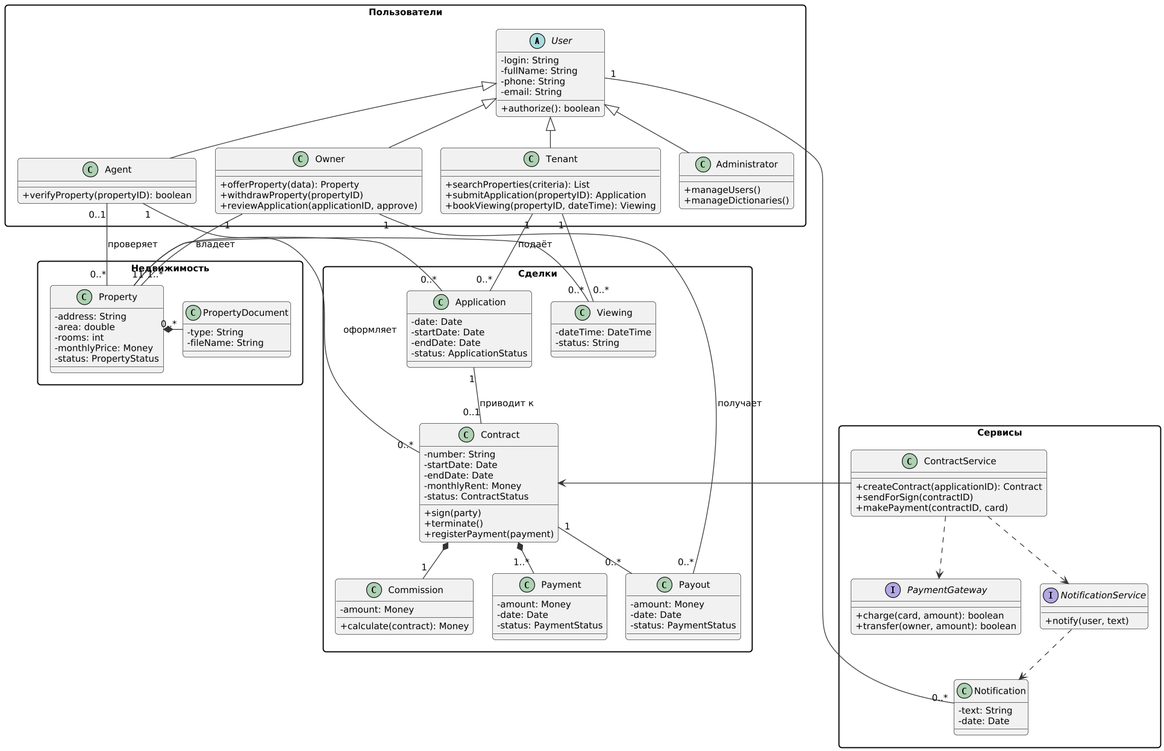
Earlier version of the PlantUML export image/classes.png (penamarth/bsbo-11-24_team2_var8_rentagency). Source of this version:
```plantuml
@startuml
skinparam defaultFontName DejaVu Sans
skinparam defaultFontSize 12
skinparam shadowing false
skinparam dpi 120
skinparam nodesep 25
skinparam ranksep 40
skinparam roundCorner 8
skinparam ArrowColor #333333
skinparam backgroundColor white
skinparam classAttributeIconSize 0
skinparam packageStyle rectangle

package "Пользователи" {
  abstract class User {
    - login: String
    - fullName: String
    - phone: String
    - email: String
    + authorize(): boolean
  }
  class Tenant {
    + searchProperties(criteria): List
    + submitApplication(propertyID): Application
    + bookViewing(propertyID, dateTime): Viewing
  }
  class Owner {
    + offerProperty(data): Property
    + withdrawProperty(propertyID)
    + reviewApplication(applicationID, approve)
  }
  class Agent {
    + verifyProperty(propertyID): boolean
  }
  class Administrator {
    + manageUsers()
    + manageDictionaries()
  }
}

package "Недвижимость" {
  class Property {
    - address: String
    - area: double
    - rooms: int
    - monthlyPrice: Money
    - status: PropertyStatus
  }
  class PropertyDocument {
    - type: String
    - fileName: String
  }
}

package "Сделки" {
  class Application {
    - date: Date
    - startDate: Date
    - endDate: Date
    - status: ApplicationStatus
  }
  class Viewing {
    - dateTime: DateTime
    - status: String
  }
  class Contract {
    - number: String
    - startDate: Date
    - endDate: Date
    - monthlyRent: Money
    - status: ContractStatus
    + sign(party)
    + terminate()
    + registerPayment(payment)
  }
  class Commission {
    - amount: Money
    + calculate(contract): Money
  }
  class Payment {
    - amount: Money
    - date: Date
    - status: PaymentStatus
  }
  class Payout {
    - amount: Money
    - date: Date
    - status: PaymentStatus
  }
}

package "Сервисы" {
  class ContractService {
    + createContract(applicationID): Contract
    + sendForSign(contractID)
    + makePayment(contractID, card)
  }
  interface PaymentGateway {
    + charge(card, amount): boolean
    + transfer(owner, amount): boolean
  }
  interface NotificationService {
    + notify(user, text)
  }
  class Notification {
    - text: String
    - date: Date
  }
}

Tenant -up-|> User
Agent -up-|> User
Owner -up-|> User
Administrator -up-|> User

Owner "1" -down- "1..*" Property : владеет
Agent "0..1" -down- "0..*" Property : проверяет
Property *-right- "0..*" PropertyDocument

Tenant "1" -down- "0..*" Application : подаёт
Application "0..*" -left- "1" Property
Tenant "1" -down- "0..*" Viewing
Viewing "0..*" -left- "1" Property
Application "1" -down- "0..1" Contract : приводит к
Agent "1" -down- "0..*" Contract : оформляет
Contract *-down- "1" Commission
Contract *-down- "1..*" Payment
Contract "1" -down- "0..*" Payout
Owner "1" -down- "0..*" Payout : получает

ContractService -left-> Contract
ContractService ..> PaymentGateway
ContractService ..> NotificationService
NotificationService ..> Notification
Notification "0..*" -left- "1" User
@enduml
```
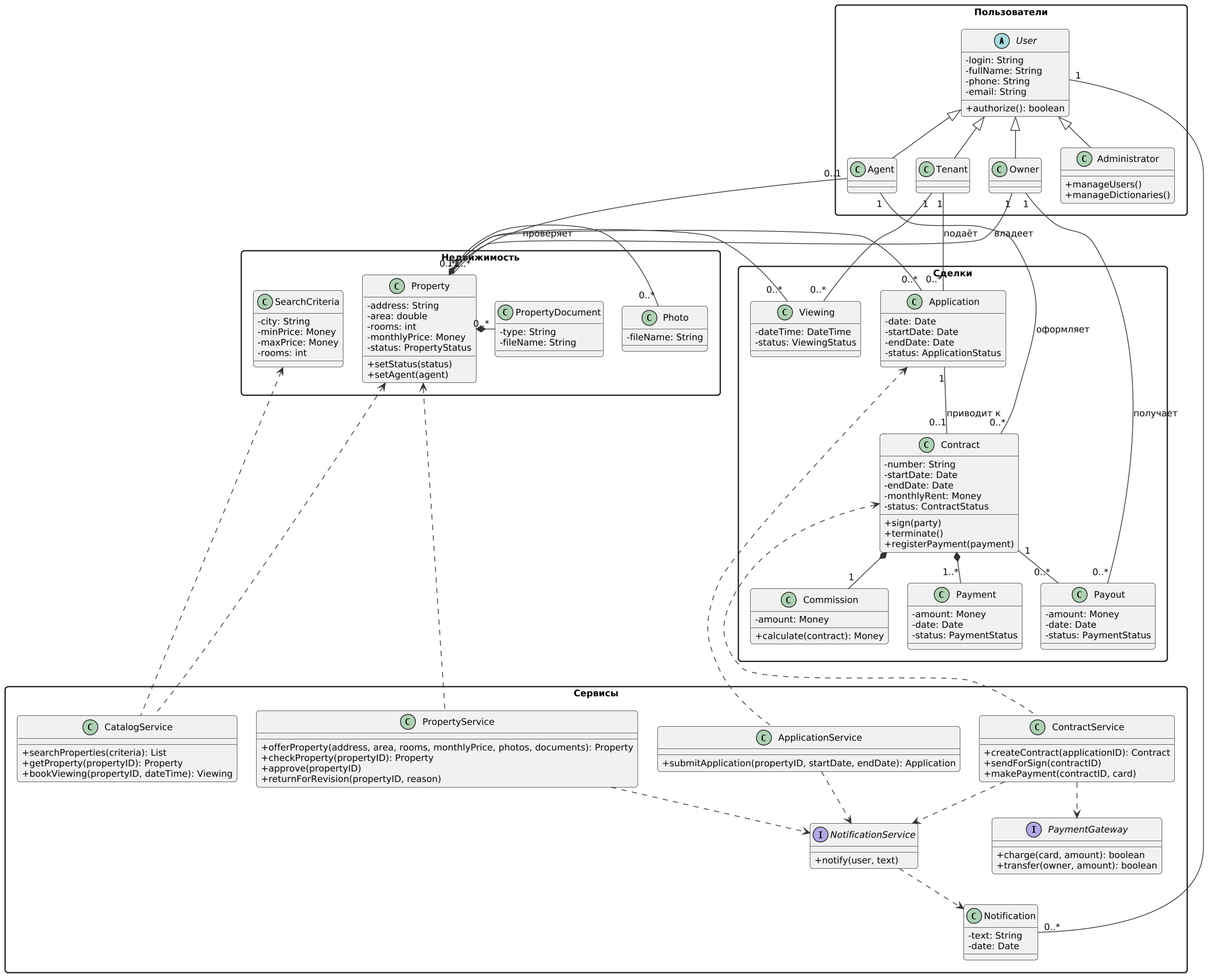
The same diagram one commit later.

Commit message:
подправлена диаграмма классов

The edit, as a diff of the source:
```diff
@@ -3,13 +3,13 @@
 skinparam defaultFontSize 12
 skinparam shadowing false
 skinparam dpi 120
-skinparam nodesep 25
-skinparam ranksep 40
 skinparam roundCorner 8
 skinparam ArrowColor #333333
 skinparam backgroundColor white
 skinparam classAttributeIconSize 0
 skinparam packageStyle rectangle
+skinparam nodesep 25
+skinparam ranksep 40
 
 package "Пользователи" {
   abstract class User {
@@ -19,19 +19,9 @@
     - email: String
     + authorize(): boolean
   }
-  class Tenant {
-    + searchProperties(criteria): List
-    + submitApplication(propertyID): Application
-    + bookViewing(propertyID, dateTime): Viewing
-  }
-  class Owner {
-    + offerProperty(data): Property
-    + withdrawProperty(propertyID)
-    + reviewApplication(applicationID, approve)
-  }
-  class Agent {
-    + verifyProperty(propertyID): boolean
-  }
+  class Tenant
+  class Owner
+  class Agent
   class Administrator {
     + manageUsers()
     + manageDictionaries()
@@ -45,10 +35,21 @@
     - rooms: int
     - monthlyPrice: Money
     - status: PropertyStatus
+    + setStatus(status)
+    + setAgent(agent)
+  }
+  class Photo {
+    - fileName: String
   }
   class PropertyDocument {
     - type: String
     - fileName: String
+  }
+  class SearchCriteria {
+    - city: String
+    - minPrice: Money
+    - maxPrice: Money
+    - rooms: int
   }
 }
 
@@ -61,7 +62,7 @@
   }
   class Viewing {
     - dateTime: DateTime
-    - status: String
+    - status: ViewingStatus
   }
   class Contract {
     - number: String
@@ -90,6 +91,20 @@
 }
 
 package "Сервисы" {
+  class CatalogService {
+    + searchProperties(criteria): List
+    + getProperty(propertyID): Property
+    + bookViewing(propertyID, dateTime): Viewing
+  }
+  class ApplicationService {
+    + submitApplication(propertyID, startDate, endDate): Application
+  }
+  class PropertyService {
+    + offerProperty(address, area, rooms, monthlyPrice, photos, documents): Property
+    + checkProperty(propertyID): Property
+    + approve(propertyID)
+    + returnForRevision(propertyID, reason)
+  }
   class ContractService {
     + createContract(applicationID): Contract
     + sendForSign(contractID)
@@ -115,6 +130,7 @@
 
 Owner "1" -down- "1..*" Property : владеет
 Agent "0..1" -down- "0..*" Property : проверяет
+Property *-right- "0..*" Photo
 Property *-right- "0..*" PropertyDocument
 
 Tenant "1" -down- "0..*" Application : подаёт
@@ -128,9 +144,15 @@
 Contract "1" -down- "0..*" Payout
 Owner "1" -down- "0..*" Payout : получает
 
-ContractService -left-> Contract
+CatalogService -up..> SearchCriteria
+CatalogService -up..> Property
+PropertyService -up..> Property
+ApplicationService -up..> Application
+ContractService -up..> Contract
 ContractService ..> PaymentGateway
 ContractService ..> NotificationService
+ApplicationService ..> NotificationService
+PropertyService ..> NotificationService
 NotificationService ..> Notification
-Notification "0..*" -left- "1" User
+Notification "0..*" -up- "1" User
 @enduml
```
